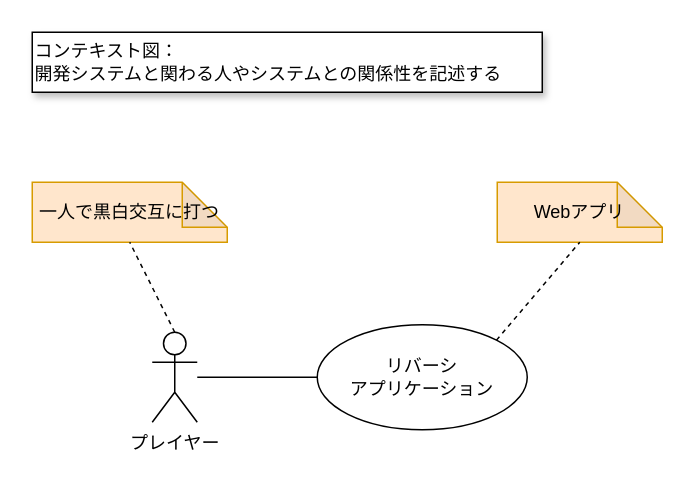
Before: Reversi/docs/10_context-diagram.drawio in Gunj0/js-memo, a draw.io diagram. Source tidied: cells renumbered, new cells numbered last; positions are measured from the earlier drawing's top-left corner, leaving out a move shared by most shapes. Both pictures are drawn from the tidied source at 150%, with x=0, y=0 at pixel (32, 32).
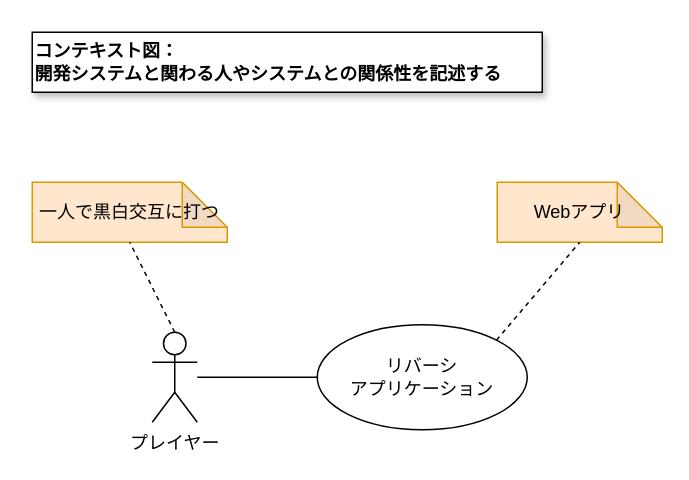
The same page after the edit.

The edit, as a diff of the source:
```diff
@@
 <mxGraphModel>
   <root>
     <mxCell id="0" />
     <mxCell id="1" parent="0" />
-    <mxCell id="2" value="コンテキスト図：&lt;br&gt;開発システムと関わる人やシステムとの関係性を記述する" style="rounded=0;whiteSpace=wrap;html=1;align=left;shadow=1;glass=0;" parent="1" vertex="1">
+    <mxCell id="2" value="コンテキスト図：&lt;br&gt;開発システムと関わる人やシステムとの関係性を記述する" style="rounded=0;whiteSpace=wrap;html=1;align=left;shadow=1;glass=0;fontStyle=1;" parent="1" vertex="1">
       <mxGeometry width="340" height="40" as="geometry" />
     </mxCell>
     <mxCell id="3" value="リバーシ&lt;br&gt;アプリケーション" style="ellipse;whiteSpace=wrap;html=1;" parent="1" vertex="1">
       <mxGeometry x="190" y="195" width="140" height="70" as="geometry" />
     </mxCell>
     <mxCell id="4" value="プレイヤー" style="shape=umlActor;verticalLabelPosition=bottom;verticalAlign=top;html=1;" parent="1" vertex="1">
       <mxGeometry x="80" y="200" width="30" height="60" as="geometry" />
     </mxCell>
     <mxCell id="5" style="endArrow=none;html=1;entryX=0;entryY=0.5;entryDx=0;entryDy=0;" parent="1" edge="1" source="4" target="3">
       <mxGeometry relative="1" as="geometry" />
     </mxCell>
     <mxCell id="6" value="Webアプリ" style="shape=note;whiteSpace=wrap;html=1;backgroundOutline=1;darkOpacity=0.05;fillColor=#ffe6cc;strokeColor=#d79b00;" parent="1" vertex="1">
       <mxGeometry x="310" y="100" width="110" height="40" as="geometry" />
     </mxCell>
     <mxCell id="7" style="endArrow=none;dashed=1;html=1;entryX=0.5;entryY=1;entryDx=0;entryDy=0;entryPerimeter=0;exitX=1;exitY=0;exitDx=0;exitDy=0;" parent="1" edge="1" source="3" target="6">
       <mxGeometry relative="1" as="geometry" />
     </mxCell>
     <mxCell id="8" value="一人で黒白交互に打つ" style="shape=note;whiteSpace=wrap;html=1;backgroundOutline=1;darkOpacity=0.05;fillColor=#ffe6cc;strokeColor=#d79b00;" parent="1" vertex="1">
       <mxGeometry y="100" width="130" height="40" as="geometry" />
     </mxCell>
     <mxCell id="9" style="endArrow=none;dashed=1;html=1;entryX=0.5;entryY=1;entryDx=0;entryDy=0;entryPerimeter=0;exitX=0.5;exitY=0;exitDx=0;exitDy=0;exitPerimeter=0;" parent="1" edge="1" source="4" target="8">
       <mxGeometry relative="1" as="geometry" />
     </mxCell>
   </root>
 </mxGraphModel>
```
